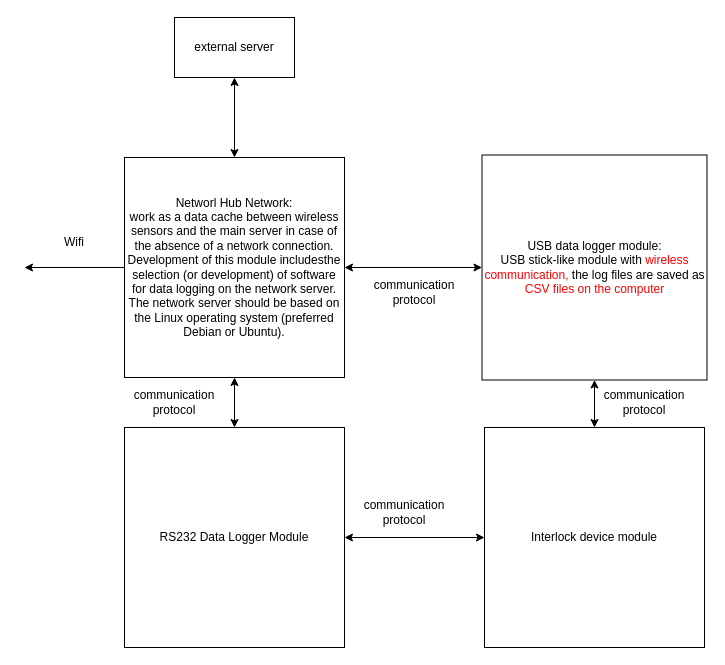
The draw.io diagram Untitled Diagram.drawio in YJLinUWA/Getting-under-skin, before the edit. Source tidied: cells renumbered, new cells numbered last; positions are measured from the earlier drawing's top-left corner, leaving out a move shared by most shapes. Both pictures are drawn from the tidied source at 100%, with x=0, y=0 at pixel (24, 17).
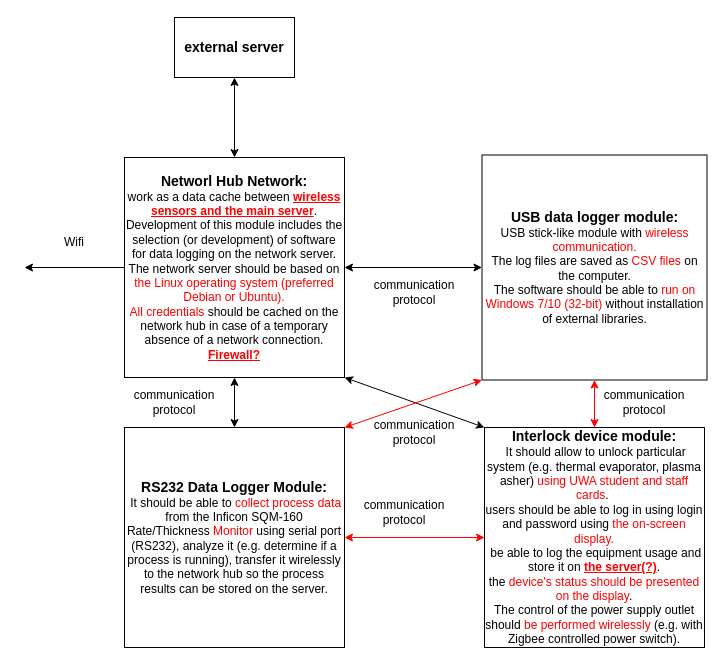
The same page after the edit.

The edit, as a diff of the source:
```diff
@@
-    <mxCell id="3" value="Networl Hub Network:&lt;br&gt;work as a data cache between wireless sensors and the main server in case of the absence of a network connection. Development of this module includesthe selection (or development) of software for data logging on the network server. The network server should be based on the Linux operating system (preferred Debian or Ubuntu).&lt;br&gt;" style="whiteSpace=wrap;html=1;" parent="1" vertex="1">
+    <mxCell id="3" value="&lt;font style=&quot;font-size: 14px;&quot;&gt;&lt;b&gt;Networl Hub Network:&lt;/b&gt;&lt;/font&gt;&lt;br&gt;work as a data cache between &lt;font color=&quot;#ff0000&quot;&gt;&lt;b&gt;&lt;u&gt;wireless sensors and the main server&lt;/u&gt;&lt;/b&gt;&lt;/font&gt;. Development of this module includes the selection (or development) of software for data logging on the network server. The network server should be based on &lt;font color=&quot;#ff0000&quot;&gt;the Linux operating system (preferred Debian or Ubuntu).&lt;/font&gt;&lt;br&gt;&lt;font color=&quot;#ff0000&quot;&gt;All credentials&lt;/font&gt; should be cached on the network hub in case of a temporary absence of a network connection.&lt;br&gt;&lt;font color=&quot;#ff0000&quot;&gt;&lt;b&gt;&lt;u&gt;Firewall?&lt;/u&gt;&lt;/b&gt;&lt;/font&gt;" style="whiteSpace=wrap;html=1;" parent="1" vertex="1">
       <mxGeometry x="100" y="140" width="220" height="220" as="geometry" />
     </mxCell>
-    <mxCell id="4" value="USB data logger module:&lt;br&gt;USB stick-like module with &lt;font color=&quot;#ff0000&quot;&gt;wireless communication, &lt;/font&gt;the log files are saved as&lt;font color=&quot;#ff0000&quot;&gt; CSV files on the computer&lt;/font&gt;" style="whiteSpace=wrap;html=1;" parent="1" vertex="1">
+    <mxCell id="4" value="&lt;b&gt;&lt;font style=&quot;font-size: 14px;&quot;&gt;USB data logger module:&lt;/font&gt;&lt;/b&gt;&lt;br&gt;USB stick-like module with &lt;font color=&quot;#ff0000&quot;&gt;wireless communication. &lt;br&gt;&lt;/font&gt;The log files are saved as&lt;font color=&quot;#ff0000&quot;&gt; CSV files &lt;/font&gt;on the computer. &lt;br&gt;The software should be able to &lt;font color=&quot;#ff0000&quot;&gt;run on Windows 7/10 (32-bit) &lt;/font&gt;without installation of external libraries." style="whiteSpace=wrap;html=1;" parent="1" vertex="1">
       <mxGeometry x="457.5" y="137.5" width="225" height="225" as="geometry" />
     </mxCell>
-    <mxCell id="5" value="RS232 Data Logger Module" style="whiteSpace=wrap;html=1;" parent="1" vertex="1">
+    <mxCell id="5" value="&lt;b&gt;&lt;font style=&quot;font-size: 14px;&quot;&gt;RS232 Data Logger Module:&lt;/font&gt;&lt;/b&gt;&lt;br&gt;&amp;nbsp;It should be able to &lt;font color=&quot;#ff0000&quot;&gt;collect process data&lt;/font&gt; from the Inficon SQM-160 Rate/Thickness&lt;font color=&quot;#ff0000&quot;&gt; Monitor&lt;/font&gt; using serial port (RS232), analyze it (e.g. determine if a process is running), transfer it wirelessly to the network hub so the process results can be stored on the server." style="whiteSpace=wrap;html=1;" parent="1" vertex="1">
       <mxGeometry x="100" y="410" width="220" height="220" as="geometry" />
     </mxCell>
-    <mxCell id="6" value="Interlock device module" style="whiteSpace=wrap;html=1;" parent="1" vertex="1">
+    <mxCell id="6" value="&lt;font style=&quot;font-size: 14px;&quot;&gt;&lt;b&gt;Interlock device module:&lt;/b&gt;&lt;/font&gt;&lt;br&gt;&amp;nbsp;It should allow to unlock particular system (e.g. thermal evaporator, plasma asher) &lt;font color=&quot;#ff0000&quot;&gt;using UWA student and staff cards&lt;/font&gt;.&amp;nbsp;&lt;br&gt;users should be able to log in using login and password using &lt;font color=&quot;#ff0000&quot;&gt;the on-screen display.&lt;br&gt;&lt;/font&gt;&amp;nbsp;be able to log the equipment usage and store it on&lt;font color=&quot;#ff0000&quot;&gt; &lt;b&gt;&lt;u&gt;the server(?)&lt;/u&gt;&lt;/b&gt;&lt;/font&gt;. &lt;br&gt;the &lt;font color=&quot;#ff0000&quot;&gt;device's status should be presented on the display&lt;/font&gt;. &lt;br&gt;The control of the power supply outlet should &lt;font color=&quot;#ff0000&quot;&gt;be performed wirelessly&lt;/font&gt; (e.g. with Zigbee controlled power switch)." style="whiteSpace=wrap;html=1;" parent="1" vertex="1">
       <mxGeometry x="460" y="410" width="220" height="220" as="geometry" />
     </mxCell>
-    <mxCell id="7" value="external server" style="rounded=0;whiteSpace=wrap;html=1;" parent="1" vertex="1">
+    <mxCell id="7" value="&lt;font style=&quot;font-size: 14px;&quot;&gt;&lt;b&gt;external server&lt;/b&gt;&lt;/font&gt;" style="rounded=0;whiteSpace=wrap;html=1;" parent="1" vertex="1">
       <mxGeometry x="150" width="120" height="60" as="geometry" />
     </mxCell>
@@
-    <mxCell id="12" style="endArrow=classic;startArrow=classic;html=1;rounded=0;exitX=0.5;exitY=0;exitDx=0;exitDy=0;entryX=0.5;entryY=1;entryDx=0;entryDy=0;" parent="1" edge="1" source="6" target="4">
+    <mxCell id="12" style="endArrow=classic;startArrow=classic;html=1;rounded=0;exitX=0.5;exitY=0;exitDx=0;exitDy=0;entryX=0.5;entryY=1;entryDx=0;entryDy=0;strokeColor=#ff0000;" parent="1" edge="1" source="6" target="4">
       <mxGeometry relative="1" as="geometry" />
     </mxCell>
-    <mxCell id="13" style="endArrow=classic;startArrow=classic;html=1;rounded=0;entryX=0;entryY=0.5;entryDx=0;entryDy=0;exitX=1;exitY=0.5;exitDx=0;exitDy=0;" parent="1" edge="1" source="5" target="6">
+    <mxCell id="13" style="endArrow=classic;startArrow=classic;html=1;rounded=0;entryX=0;entryY=0.5;entryDx=0;entryDy=0;exitX=1;exitY=0.5;exitDx=0;exitDy=0;strokeColor=#FF0000;" parent="1" edge="1" source="5" target="6">
       <mxGeometry relative="1" as="geometry" />
     </mxCell>
@@
+    <mxCell id="18" style="endArrow=classic;startArrow=classic;html=1;rounded=0;entryX=0;entryY=0;entryDx=0;entryDy=0;exitX=1;exitY=1;exitDx=0;exitDy=0;" parent="1" edge="1" source="3" target="6">
+      <mxGeometry relative="1" as="geometry" />
+    </mxCell>
+    <mxCell id="19" style="endArrow=classic;startArrow=classic;html=1;rounded=0;entryX=0;entryY=1;entryDx=0;entryDy=0;exitX=1;exitY=0;exitDx=0;exitDy=0;strokeColor=#ff0000;" parent="1" edge="1" source="5" target="4">
+      <mxGeometry relative="1" as="geometry" />
+    </mxCell>
+    <mxCell id="20" value="communication protocol" style="text;html=1;strokeColor=none;fillColor=none;align=center;verticalAlign=middle;whiteSpace=wrap;rounded=0;" parent="1" vertex="1">
+      <mxGeometry x="360" y="400" width="60" height="30" as="geometry" />
+    </mxCell>
```
